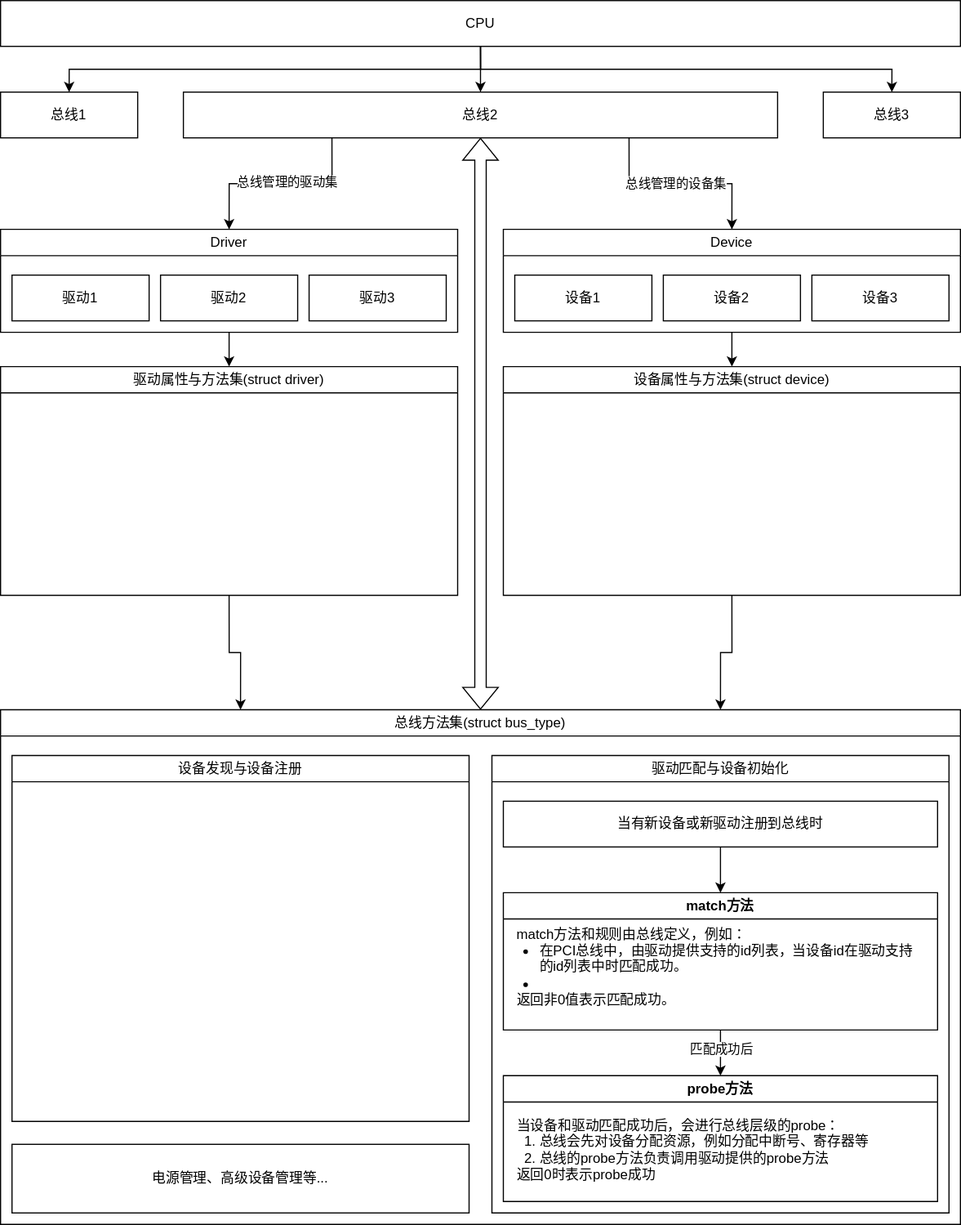
This is Linux内核原理及其开发/Resources/Linux设备模型概览.drawio.svg from h13-0/Notebooks, a draw.io export, as it was before one commit. Source tidied: cells renumbered, new cells last; positions are measured from the earlier drawing's top-left corner, leaving out a move shared by most shapes.
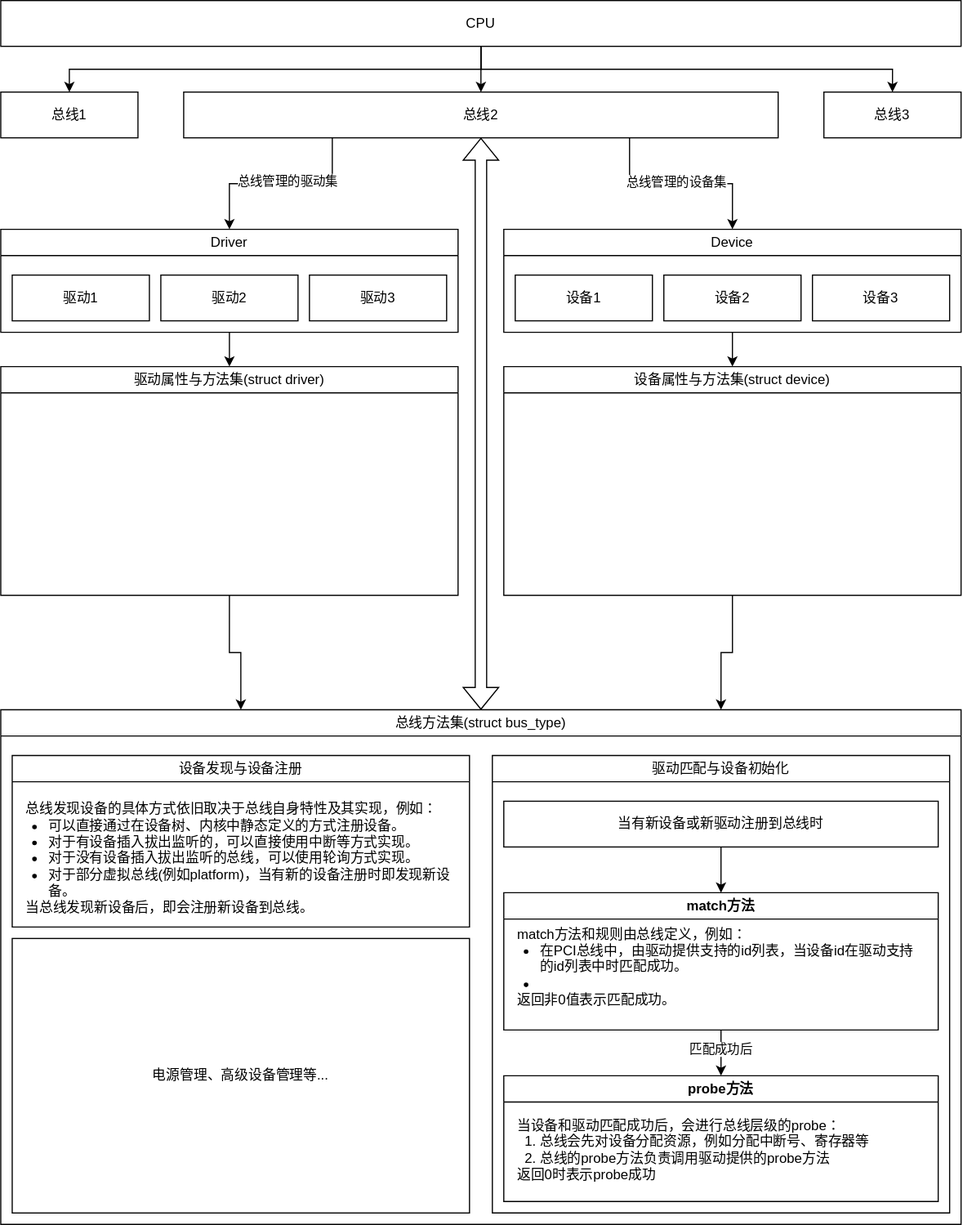
The same diagram one commit later.

Commit message:
vault backup: 2025-05-10 19:16:05

Change to the diagram source:
```diff
@@ -100,10 +100,13 @@
       <mxGeometry x="10" y="30" width="360" height="70" as="geometry" />
     </mxCell>
     <mxCell id="33" value="&lt;span style=&quot;font-weight: 400;&quot;&gt;设备发现与设备注册&lt;/span&gt;" style="swimlane;whiteSpace=wrap;html=1;" parent="23" vertex="1">
-      <mxGeometry x="10" y="40" width="400" height="320" as="geometry" />
+      <mxGeometry x="10" y="40" width="400" height="150" as="geometry" />
     </mxCell>
+    <mxCell id="40" value="总线发现设备的具体方式依旧取决于总线自身特性及其实现，例如：&lt;div&gt;&lt;ul style=&quot;padding-left: 20px; margin-top: 0px; margin-bottom: 0px;&quot;&gt;&lt;li&gt;可以直接通过在设备树、内核中静态定义的方式注册设备。&lt;/li&gt;&lt;li&gt;对于有设备插入拔出监听的，可以直接使用中断等方式实现。&lt;/li&gt;&lt;li&gt;对于没有设备插入拔出监听的总线，可以使用轮询方式实现。&lt;/li&gt;&lt;li&gt;对于部分虚拟总线(例如platform)，当有新的设备注册时即发现新设备。&lt;/li&gt;&lt;/ul&gt;当总线发现新设备后，即会注册新设备到总线。&lt;/div&gt;" style="text;html=1;align=left;verticalAlign=middle;whiteSpace=wrap;rounded=0;" parent="33" vertex="1">
+      <mxGeometry x="10" y="30" width="380" height="120" as="geometry" />
+    </mxCell>
     <mxCell id="34" value="电源管理、高级设备管理等..." style="rounded=0;whiteSpace=wrap;html=1;" parent="23" vertex="1">
-      <mxGeometry x="10" y="380" width="400" height="60" as="geometry" />
+      <mxGeometry x="10" y="200" width="400" height="240" as="geometry" />
     </mxCell>
     <mxCell id="35" style="edgeStyle=orthogonalEdgeStyle;rounded=0;jettySize=auto;html=1;exitX=0.5;exitY=1;exitDx=0;exitDy=0;entryX=0.25;entryY=0;entryDx=0;entryDy=0;" parent="1" edge="1" source="36" target="23">
       <mxGeometry relative="1" as="geometry" />
```
